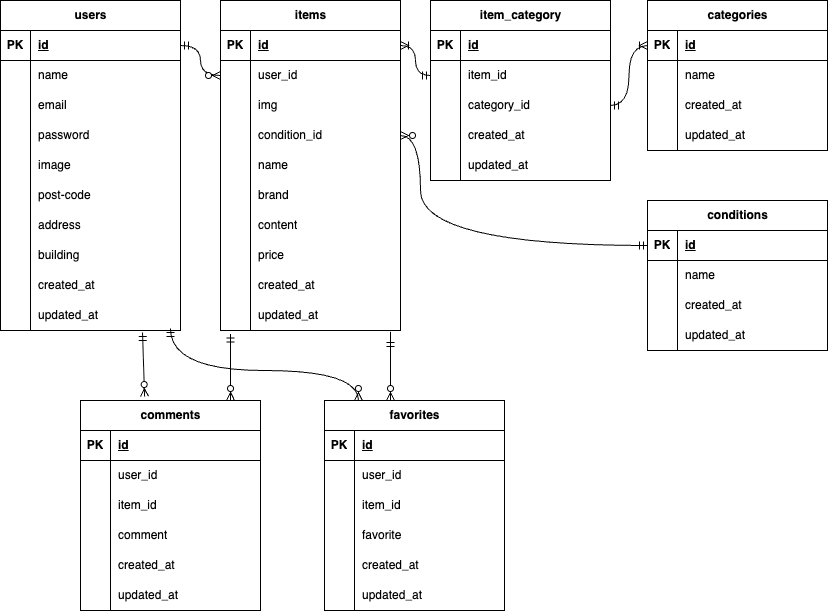
Above: index.drawio.png in moechi9/coachtech_free-market (draw.io), before the change. Source tidied: cells renumbered, new cells last; positions are measured from the earlier drawing's top-left corner, leaving out a move shared by most shapes.
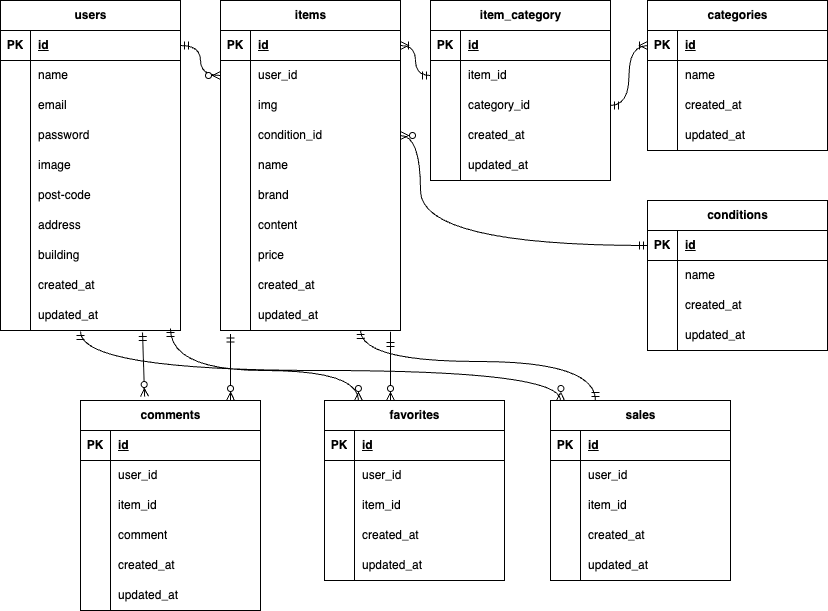
Above is the later version.

Diff of the diagram source:
```diff
@@ -315,7 +315,7 @@
       <mxGeometry x="30" width="150" height="30" as="geometry" />
     </mxCell>
     <mxCell id="106" value="favorites" style="shape=table;startSize=30;rowLines=0;fontStyle=1;align=center;html=1;" parent="1" vertex="1">
-      <mxGeometry x="324" y="400" width="180" height="210" as="geometry" />
+      <mxGeometry x="324" y="400" width="180" height="180" as="geometry" />
     </mxCell>
     <mxCell id="107" style="shape=tableRow;horizontal=0;startSize=0;swimlaneHead=0;swimlaneBody=0;fillColor=none;top=0;left=0;right=0;bottom=1;" parent="106" vertex="1">
       <mxGeometry y="30" width="180" height="30" as="geometry" />
@@ -350,7 +350,7 @@
     <mxCell id="117" style="shape=partialRectangle;fillColor=none;top=0;left=0;bottom=0;right=0;overflow=hidden;whiteSpace=wrap;html=1;" parent="116" vertex="1">
       <mxGeometry width="30" height="30" as="geometry" />
     </mxCell>
-    <mxCell id="118" value="favorite" style="shape=partialRectangle;fillColor=none;top=0;left=0;bottom=0;right=0;align=left;spacingLeft=6;overflow=hidden;whiteSpace=wrap;html=1;" parent="116" vertex="1">
+    <mxCell id="118" value="created_at" style="shape=partialRectangle;fillColor=none;top=0;left=0;bottom=0;right=0;align=left;spacingLeft=6;overflow=hidden;whiteSpace=wrap;html=1;" parent="116" vertex="1">
       <mxGeometry x="30" width="150" height="30" as="geometry" />
     </mxCell>
     <mxCell id="119" style="shape=tableRow;horizontal=0;startSize=0;swimlaneHead=0;swimlaneBody=0;fillColor=none;top=0;left=0;right=0;bottom=0;" parent="106" vertex="1">
@@ -359,18 +359,9 @@
     <mxCell id="120" style="shape=partialRectangle;fillColor=none;top=0;left=0;bottom=0;right=0;overflow=hidden;whiteSpace=wrap;html=1;" parent="119" vertex="1">
       <mxGeometry width="30" height="30" as="geometry" />
     </mxCell>
-    <mxCell id="121" value="created_at" style="shape=partialRectangle;fillColor=none;top=0;left=0;bottom=0;right=0;align=left;spacingLeft=6;overflow=hidden;whiteSpace=wrap;html=1;" parent="119" vertex="1">
+    <mxCell id="121" value="updated_at" style="shape=partialRectangle;fillColor=none;top=0;left=0;bottom=0;right=0;align=left;spacingLeft=6;overflow=hidden;whiteSpace=wrap;html=1;" parent="119" vertex="1">
       <mxGeometry x="30" width="150" height="30" as="geometry" />
     </mxCell>
-    <mxCell id="122" style="shape=tableRow;horizontal=0;startSize=0;swimlaneHead=0;swimlaneBody=0;fillColor=none;top=0;left=0;right=0;bottom=0;" parent="106" vertex="1">
-      <mxGeometry y="180" width="180" height="30" as="geometry" />
-    </mxCell>
-    <mxCell id="123" style="shape=partialRectangle;fillColor=none;top=0;left=0;bottom=0;right=0;overflow=hidden;whiteSpace=wrap;html=1;" parent="122" vertex="1">
-      <mxGeometry width="30" height="30" as="geometry" />
-    </mxCell>
-    <mxCell id="124" value="updated_at" style="shape=partialRectangle;fillColor=none;top=0;left=0;bottom=0;right=0;align=left;spacingLeft=6;overflow=hidden;whiteSpace=wrap;html=1;" parent="122" vertex="1">
-      <mxGeometry x="30" width="150" height="30" as="geometry" />
-    </mxCell>
     <mxCell id="125" value="comments" style="shape=table;startSize=30;rowLines=0;fontStyle=1;align=center;html=1;" parent="1" vertex="1">
       <mxGeometry x="80" y="400" width="180" height="210" as="geometry" />
     </mxCell>
@@ -475,5 +466,71 @@
         </Array>
       </mxGeometry>
     </mxCell>
+    <mxCell id="152" value="sales" style="shape=table;startSize=30;rowLines=0;fontStyle=1;align=center;html=1;" parent="1" vertex="1">
+      <mxGeometry x="550" y="400" width="180" height="180" as="geometry" />
+    </mxCell>
+    <mxCell id="153" style="shape=tableRow;horizontal=0;startSize=0;swimlaneHead=0;swimlaneBody=0;fillColor=none;top=0;left=0;right=0;bottom=1;" parent="152" vertex="1">
+      <mxGeometry y="30" width="180" height="30" as="geometry" />
+    </mxCell>
+    <mxCell id="154" value="PK" style="shape=partialRectangle;fillColor=none;top=0;left=0;bottom=0;right=0;fontStyle=1;overflow=hidden;whiteSpace=wrap;html=1;" parent="153" vertex="1">
+      <mxGeometry width="30" height="30" as="geometry" />
+    </mxCell>
+    <mxCell id="155" value="id" style="shape=partialRectangle;fillColor=none;top=0;left=0;bottom=0;right=0;align=left;spacingLeft=6;fontStyle=5;overflow=hidden;whiteSpace=wrap;html=1;" parent="153" vertex="1">
+      <mxGeometry x="30" width="150" height="30" as="geometry" />
+    </mxCell>
+    <mxCell id="156" style="shape=tableRow;horizontal=0;startSize=0;swimlaneHead=0;swimlaneBody=0;fillColor=none;top=0;left=0;right=0;bottom=0;" parent="152" vertex="1">
+      <mxGeometry y="60" width="180" height="30" as="geometry" />
+    </mxCell>
+    <mxCell id="157" style="shape=partialRectangle;fillColor=none;top=0;left=0;bottom=0;right=0;overflow=hidden;whiteSpace=wrap;html=1;" parent="156" vertex="1">
+      <mxGeometry width="30" height="30" as="geometry" />
+    </mxCell>
+    <mxCell id="158" value="user_id" style="shape=partialRectangle;fillColor=none;top=0;left=0;bottom=0;right=0;align=left;spacingLeft=6;overflow=hidden;whiteSpace=wrap;html=1;" parent="156" vertex="1">
+      <mxGeometry x="30" width="150" height="30" as="geometry" />
+    </mxCell>
+    <mxCell id="159" style="shape=tableRow;horizontal=0;startSize=0;swimlaneHead=0;swimlaneBody=0;fillColor=none;top=0;left=0;right=0;bottom=0;" parent="152" vertex="1">
+      <mxGeometry y="90" width="180" height="30" as="geometry" />
+    </mxCell>
+    <mxCell id="160" style="shape=partialRectangle;fillColor=none;top=0;left=0;bottom=0;right=0;overflow=hidden;whiteSpace=wrap;html=1;" parent="159" vertex="1">
+      <mxGeometry width="30" height="30" as="geometry" />
+    </mxCell>
+    <mxCell id="161" value="item_id" style="shape=partialRectangle;fillColor=none;top=0;left=0;bottom=0;right=0;align=left;spacingLeft=6;overflow=hidden;whiteSpace=wrap;html=1;" parent="159" vertex="1">
+      <mxGeometry x="30" width="150" height="30" as="geometry" />
+    </mxCell>
+    <mxCell id="162" style="shape=tableRow;horizontal=0;startSize=0;swimlaneHead=0;swimlaneBody=0;fillColor=none;top=0;left=0;right=0;bottom=0;" parent="152" vertex="1">
+      <mxGeometry y="120" width="180" height="30" as="geometry" />
+    </mxCell>
+    <mxCell id="163" style="shape=partialRectangle;fillColor=none;top=0;left=0;bottom=0;right=0;overflow=hidden;whiteSpace=wrap;html=1;" parent="162" vertex="1">
+      <mxGeometry width="30" height="30" as="geometry" />
+    </mxCell>
+    <mxCell id="164" value="created_at" style="shape=partialRectangle;fillColor=none;top=0;left=0;bottom=0;right=0;align=left;spacingLeft=6;overflow=hidden;whiteSpace=wrap;html=1;" parent="162" vertex="1">
+      <mxGeometry x="30" width="150" height="30" as="geometry" />
+    </mxCell>
+    <mxCell id="165" style="shape=tableRow;horizontal=0;startSize=0;swimlaneHead=0;swimlaneBody=0;fillColor=none;top=0;left=0;right=0;bottom=0;" parent="152" vertex="1">
+      <mxGeometry y="150" width="180" height="30" as="geometry" />
+    </mxCell>
+    <mxCell id="166" style="shape=partialRectangle;fillColor=none;top=0;left=0;bottom=0;right=0;overflow=hidden;whiteSpace=wrap;html=1;" parent="165" vertex="1">
+      <mxGeometry width="30" height="30" as="geometry" />
+    </mxCell>
+    <mxCell id="124" value="updated_at" style="shape=partialRectangle;fillColor=none;top=0;left=0;bottom=0;right=0;align=left;spacingLeft=6;overflow=hidden;whiteSpace=wrap;html=1;" parent="165" vertex="1">
+      <mxGeometry x="30" width="150" height="30" as="geometry" />
+    </mxCell>
+    <mxCell id="167" style="fontSize=12;html=1;endArrow=ERmandOne;startArrow=ERmandOne;edgeStyle=orthogonalEdgeStyle;curved=1;exitX=0.25;exitY=0;exitDx=0;exitDy=0;" parent="1" edge="1" source="152">
+      <mxGeometry relative="1" as="geometry">
+        <mxPoint x="360" y="330" as="targetPoint" />
+        <Array as="points">
+          <mxPoint x="595" y="361" />
+          <mxPoint x="361" y="361" />
+        </Array>
+      </mxGeometry>
+    </mxCell>
+    <mxCell id="168" style="edgeStyle=orthogonalEdgeStyle;fontSize=12;html=1;endArrow=ERzeroToMany;startArrow=ERmandOne;curved=1;exitX=0.444;exitY=1.033;exitDx=0;exitDy=0;exitPerimeter=0;" parent="1" edge="1" source="56">
+      <mxGeometry relative="1" as="geometry">
+        <mxPoint x="560" y="400" as="targetPoint" />
+        <Array as="points">
+          <mxPoint x="80" y="370" />
+          <mxPoint x="561" y="370" />
+        </Array>
+      </mxGeometry>
+    </mxCell>
   </root>
 </mxGraphModel>
```
